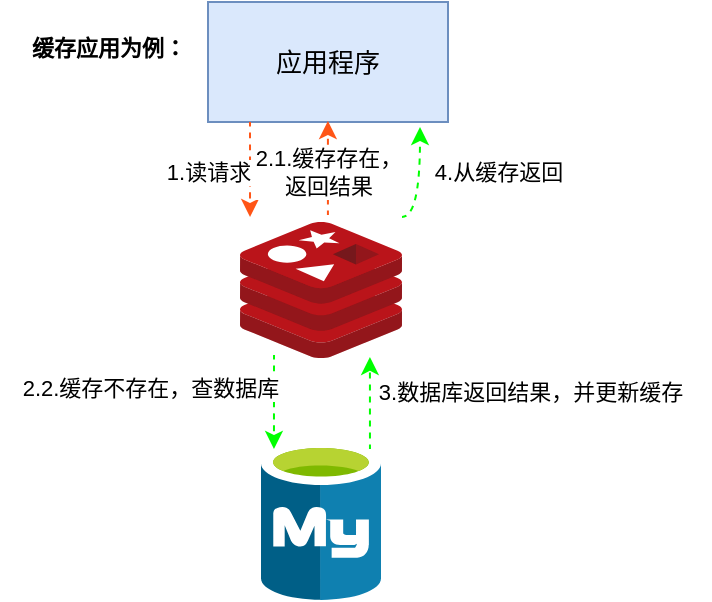
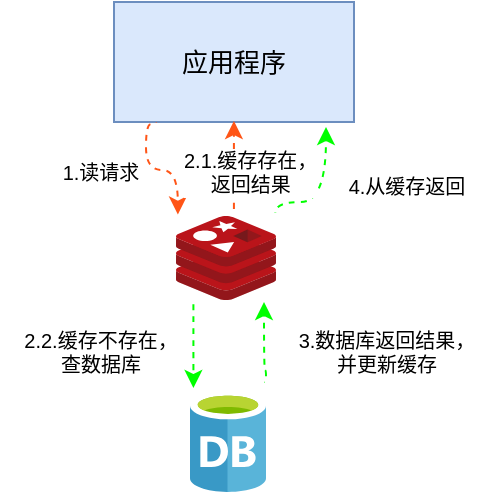
<mxfile host="app.diagrams.net" agent="Mozilla/5.0 (Macintosh; Intel Mac OS X 10_15_7) AppleWebKit/537.36 (KHTML, like Gecko) Chrome/134.0.0.0 Safari/537.36" version="26.1.1">
  <diagram name="第 1 页" id="9VJWPwz0f7SbtjrPV7s9">
-     <mxGraphModel dx="794" dy="423" grid="1" gridSize="10" guides="1" tooltips="1" connect="1" arrows="1" fold="1" page="1" pageScale="1" pageWidth="827" pageHeight="1169" math="0" shadow="0">
+     <mxGraphModel dx="567" dy="302" grid="1" gridSize="10" guides="1" tooltips="1" connect="1" arrows="1" fold="1" page="1" pageScale="1" pageWidth="827" pageHeight="1169" math="0" shadow="0">
      <root>
        <mxCell id="0" />
        <mxCell id="1" parent="0" />
        <mxCell id="7YgAe8dNIz29mKLiqWVZ-11" value="&lt;span&gt;应用程序&lt;/span&gt;" style="rounded=0;whiteSpace=wrap;html=1;fontFamily=Comic Sans MS;fontSize=13;labelBackgroundColor=none;fillColor=#dae8fc;strokeColor=#6c8ebf;fillStyle=auto;" vertex="1" parent="1">
          <mxGeometry x="294" y="720" width="120" height="60" as="geometry" />
        </mxCell>
-         <mxCell id="7YgAe8dNIz29mKLiqWVZ-12" value="" style="image;sketch=0;aspect=fixed;html=1;points=[];align=center;fontSize=12;image=img/lib/mscae/Cache_Redis_Product.svg;fontFamily=Helvetica;fontColor=default;labelBackgroundColor=default;" vertex="1" parent="1">
-           <mxGeometry x="310" y="830" width="81" height="68.04" as="geometry" />
-         </mxCell>
-         <mxCell id="7YgAe8dNIz29mKLiqWVZ-13" value="" style="image;sketch=0;aspect=fixed;html=1;points=[];align=center;fontSize=12;image=img/lib/mscae/Azure_Database_for_MySQL_servers.svg;fontFamily=Helvetica;fontColor=default;labelBackgroundColor=default;" vertex="1" parent="1">
-           <mxGeometry x="320.5" y="940" width="60" height="78.95" as="geometry" />
-         </mxCell>
-         <mxCell id="7YgAe8dNIz29mKLiqWVZ-15" style="edgeStyle=orthogonalEdgeStyle;shape=connector;curved=1;rounded=0;orthogonalLoop=1;jettySize=auto;html=1;entryX=0.173;entryY=-0.037;entryDx=0;entryDy=0;entryPerimeter=0;shadow=0;dashed=1;strokeColor=#FF5517;align=center;verticalAlign=middle;fontFamily=Helvetica;fontSize=11;fontColor=default;labelBackgroundColor=default;endArrow=classic;flowAnimation=1;" edge="1" parent="1">
+         <mxCell id="7YgAe8dNIz29mKLiqWVZ-15" style="edgeStyle=orthogonalEdgeStyle;shape=connector;curved=1;rounded=0;orthogonalLoop=1;jettySize=auto;html=1;entryX=-0.024;entryY=-0.018;entryDx=0;entryDy=0;entryPerimeter=0;shadow=0;dashed=1;strokeColor=#FF5517;align=center;verticalAlign=middle;fontFamily=Helvetica;fontSize=11;fontColor=default;labelBackgroundColor=default;endArrow=classic;flowAnimation=1;" edge="1" parent="1">
          <mxGeometry relative="1" as="geometry">
            <mxPoint x="315" y="780" as="sourcePoint" />
-             <mxPoint x="315.0129999999999" y="827.48252" as="targetPoint" />
-           </mxGeometry>
-         </mxCell>
-         <mxCell id="7YgAe8dNIz29mKLiqWVZ-16" value="缓存应用为例：" style="text;html=1;align=center;verticalAlign=middle;resizable=0;points=[];autosize=1;strokeColor=none;fillColor=none;fontFamily=Helvetica;fontSize=11;fontColor=default;labelBackgroundColor=default;fontStyle=1" vertex="1" parent="1">
-           <mxGeometry x="194" y="728" width="100" height="30" as="geometry" />
-         </mxCell>
-         <mxCell id="7YgAe8dNIz29mKLiqWVZ-18" style="edgeStyle=orthogonalEdgeStyle;shape=connector;curved=1;rounded=0;orthogonalLoop=1;jettySize=auto;html=1;entryX=0.108;entryY=0.044;entryDx=0;entryDy=0;entryPerimeter=0;shadow=0;dashed=1;strokeColor=#00FF00;align=center;verticalAlign=middle;fontFamily=Helvetica;fontSize=11;fontColor=default;labelBackgroundColor=default;endArrow=classic;flowAnimation=1;exitX=0.21;exitY=0.977;exitDx=0;exitDy=0;exitPerimeter=0;" edge="1" parent="1" source="7YgAe8dNIz29mKLiqWVZ-12" target="7YgAe8dNIz29mKLiqWVZ-13">
-           <mxGeometry relative="1" as="geometry" />
-         </mxCell>
-         <mxCell id="7YgAe8dNIz29mKLiqWVZ-19" style="edgeStyle=orthogonalEdgeStyle;shape=connector;curved=1;rounded=0;orthogonalLoop=1;jettySize=auto;html=1;entryX=0.7;entryY=1.042;entryDx=0;entryDy=0;entryPerimeter=0;shadow=0;dashed=1;strokeColor=#00FF00;align=center;verticalAlign=middle;fontFamily=Helvetica;fontSize=11;fontColor=default;labelBackgroundColor=default;endArrow=classic;flowAnimation=1;strokeWidth=1;exitX=1;exitY=-0.037;exitDx=0;exitDy=0;exitPerimeter=0;" edge="1" parent="1" source="7YgAe8dNIz29mKLiqWVZ-12">
-           <mxGeometry relative="1" as="geometry">
-             <mxPoint x="400" y="830" as="sourcePoint" />
-             <mxPoint x="400" y="782.52" as="targetPoint" />
+             <mxPoint x="325.9371199999998" y="826.28" as="targetPoint" />
            <Array as="points">
-               <mxPoint x="400" y="828" />
+               <mxPoint x="315" y="781" />
+               <mxPoint x="310" y="781" />
+               <mxPoint x="310" y="804" />
+               <mxPoint x="326" y="804" />
            </Array>
          </mxGeometry>
        </mxCell>
-         <mxCell id="7YgAe8dNIz29mKLiqWVZ-20" style="edgeStyle=orthogonalEdgeStyle;shape=connector;curved=1;rounded=0;orthogonalLoop=1;jettySize=auto;html=1;shadow=0;dashed=1;strokeColor=#00FF00;align=center;verticalAlign=middle;fontFamily=Helvetica;fontSize=11;fontColor=default;labelBackgroundColor=default;endArrow=classic;flowAnimation=1;entryX=0.802;entryY=0.992;entryDx=0;entryDy=0;entryPerimeter=0;exitX=0.908;exitY=0.044;exitDx=0;exitDy=0;exitPerimeter=0;" edge="1" parent="1" source="7YgAe8dNIz29mKLiqWVZ-13" target="7YgAe8dNIz29mKLiqWVZ-12">
+         <mxCell id="7YgAe8dNIz29mKLiqWVZ-18" style="edgeStyle=orthogonalEdgeStyle;shape=connector;curved=1;rounded=0;orthogonalLoop=1;jettySize=auto;html=1;shadow=0;dashed=1;strokeColor=#00FF00;align=center;verticalAlign=middle;fontFamily=Helvetica;fontSize=11;fontColor=default;labelBackgroundColor=default;endArrow=classic;flowAnimation=1;exitX=0.139;exitY=1.025;exitDx=0;exitDy=0;exitPerimeter=0;entryX=0.048;entryY=-0.04;entryDx=0;entryDy=0;entryPerimeter=0;" edge="1" parent="1">
          <mxGeometry relative="1" as="geometry">
-             <mxPoint x="375" y="938" as="sourcePoint" />
-             <mxPoint x="374" y="896" as="targetPoint" />
+             <mxPoint x="333.69917999999984" y="868" as="sourcePoint" />
+             <mxPoint x="333.71399999999994" y="913" as="targetPoint" />
          </mxGeometry>
        </mxCell>
-         <mxCell id="7YgAe8dNIz29mKLiqWVZ-22" value="1.读请求" style="text;html=1;align=center;verticalAlign=middle;resizable=0;points=[];autosize=1;strokeColor=none;fillColor=none;fontFamily=Helvetica;fontSize=11;fontColor=default;labelBackgroundColor=default;" vertex="1" parent="1">
-           <mxGeometry x="259" y="790" width="70" height="30" as="geometry" />
+         <mxCell id="7YgAe8dNIz29mKLiqWVZ-19" style="edgeStyle=orthogonalEdgeStyle;shape=connector;curved=1;rounded=0;orthogonalLoop=1;jettySize=auto;html=1;entryX=0.7;entryY=1.042;entryDx=0;entryDy=0;entryPerimeter=0;shadow=0;dashed=1;strokeColor=#00FF00;align=center;verticalAlign=middle;fontFamily=Helvetica;fontSize=11;fontColor=default;labelBackgroundColor=default;endArrow=classic;flowAnimation=1;strokeWidth=1;exitX=1;exitY=-0.037;exitDx=0;exitDy=0;exitPerimeter=0;" edge="1" parent="1">
+           <mxGeometry relative="1" as="geometry">
+             <mxPoint x="374.6999999999998" y="825.52" as="sourcePoint" />
+             <mxPoint x="400" y="782.52" as="targetPoint" />
+             <Array as="points">
+               <mxPoint x="375" y="820" />
+               <mxPoint x="400" y="820" />
+             </Array>
+           </mxGeometry>
        </mxCell>
-         <mxCell id="7YgAe8dNIz29mKLiqWVZ-23" value="4.从缓存返回" style="text;html=1;align=center;verticalAlign=middle;resizable=0;points=[];autosize=1;strokeColor=none;fillColor=none;fontFamily=Helvetica;fontSize=11;fontColor=default;labelBackgroundColor=default;" vertex="1" parent="1">
-           <mxGeometry x="393.5" y="790" width="90" height="30" as="geometry" />
+         <mxCell id="7YgAe8dNIz29mKLiqWVZ-20" style="edgeStyle=orthogonalEdgeStyle;shape=connector;curved=1;rounded=0;orthogonalLoop=1;jettySize=auto;html=1;shadow=0;dashed=1;strokeColor=#00FF00;align=center;verticalAlign=middle;fontFamily=Helvetica;fontSize=11;fontColor=default;labelBackgroundColor=default;endArrow=classic;flowAnimation=1;" edge="1" parent="1">
+           <mxGeometry relative="1" as="geometry">
+             <mxPoint x="369" y="910" as="sourcePoint" />
+             <mxPoint x="369" y="870" as="targetPoint" />
+             <Array as="points">
+               <mxPoint x="370" y="904" />
+               <mxPoint x="369" y="904" />
+             </Array>
+           </mxGeometry>
        </mxCell>
-         <mxCell id="7YgAe8dNIz29mKLiqWVZ-24" value="2.2.缓存不存在，查数据库" style="text;html=1;align=center;verticalAlign=middle;resizable=0;points=[];autosize=1;strokeColor=none;fillColor=none;fontFamily=Helvetica;fontSize=11;fontColor=default;labelBackgroundColor=default;" vertex="1" parent="1">
-           <mxGeometry x="190" y="898.04" width="150" height="30" as="geometry" />
+         <mxCell id="7YgAe8dNIz29mKLiqWVZ-22" value="1.读请求" style="text;html=1;align=center;verticalAlign=middle;resizable=0;points=[];autosize=1;strokeColor=none;fillColor=none;fontFamily=Helvetica;fontSize=10;fontColor=default;labelBackgroundColor=default;" vertex="1" parent="1">
+           <mxGeometry x="257" y="790" width="60" height="30" as="geometry" />
        </mxCell>
-         <mxCell id="7YgAe8dNIz29mKLiqWVZ-26" value="3.数据库返回结果，并更新缓存" style="text;html=1;align=center;verticalAlign=middle;resizable=0;points=[];autosize=1;strokeColor=none;fillColor=none;fontFamily=Helvetica;fontSize=11;fontColor=default;labelBackgroundColor=default;" vertex="1" parent="1">
-           <mxGeometry x="365" y="900" width="180" height="30" as="geometry" />
+         <mxCell id="7YgAe8dNIz29mKLiqWVZ-23" value="4.从缓存返回" style="text;html=1;align=center;verticalAlign=middle;resizable=0;points=[];autosize=1;strokeColor=none;fillColor=none;fontFamily=Helvetica;fontSize=10;fontColor=default;labelBackgroundColor=default;" vertex="1" parent="1">
+           <mxGeometry x="400" y="797" width="80" height="30" as="geometry" />
+         </mxCell>
+         <mxCell id="7YgAe8dNIz29mKLiqWVZ-24" value="2.2.缓存不存在，&lt;div&gt;查数据库&lt;/div&gt;" style="text;html=1;align=center;verticalAlign=middle;resizable=0;points=[];autosize=1;strokeColor=none;fillColor=none;fontFamily=Helvetica;fontSize=10;fontColor=default;labelBackgroundColor=default;" vertex="1" parent="1">
+           <mxGeometry x="237" y="875" width="100" height="40" as="geometry" />
+         </mxCell>
+         <mxCell id="7YgAe8dNIz29mKLiqWVZ-26" value="3.数据库返回结果，&lt;div&gt;并更新缓存&lt;/div&gt;" style="text;html=1;align=center;verticalAlign=middle;resizable=0;points=[];autosize=1;strokeColor=none;fillColor=none;fontFamily=Helvetica;fontSize=10;fontColor=default;labelBackgroundColor=default;" vertex="1" parent="1">
+           <mxGeometry x="374.7" y="875" width="110" height="40" as="geometry" />
        </mxCell>
        <mxCell id="7YgAe8dNIz29mKLiqWVZ-31" style="edgeStyle=orthogonalEdgeStyle;shape=connector;curved=1;rounded=0;orthogonalLoop=1;jettySize=auto;html=1;entryX=0.408;entryY=0.992;entryDx=0;entryDy=0;entryPerimeter=0;shadow=0;dashed=1;strokeColor=#FF5517;align=center;verticalAlign=middle;fontFamily=Helvetica;fontSize=11;fontColor=default;labelBackgroundColor=default;endArrow=classic;flowAnimation=1;exitX=0.407;exitY=-0.051;exitDx=0;exitDy=0;exitPerimeter=0;" edge="1" parent="1">
          <mxGeometry relative="1" as="geometry">
            <mxPoint x="353.9670000000001" y="826.5299600000001" as="sourcePoint" />
            <mxPoint x="353.96000000000004" y="779.52" as="targetPoint" />
          </mxGeometry>
        </mxCell>
-         <mxCell id="7YgAe8dNIz29mKLiqWVZ-32" value="2.1.缓存存在，&lt;div&gt;返回结果&lt;/div&gt;" style="edgeLabel;html=1;align=center;verticalAlign=middle;resizable=0;points=[];fontFamily=Helvetica;fontSize=11;fontColor=default;labelBackgroundColor=default;" vertex="1" connectable="0" parent="7YgAe8dNIz29mKLiqWVZ-31">
-           <mxGeometry x="0.0649" y="-3" relative="1" as="geometry">
-             <mxPoint x="-3" y="3" as="offset" />
-           </mxGeometry>
+         <mxCell id="7YgAe8dNIz29mKLiqWVZ-37" value="&lt;span style=&quot;color: rgb(0, 0, 0); font-family: Helvetica; font-style: normal; font-variant-ligatures: normal; font-variant-caps: normal; font-weight: 400; letter-spacing: normal; orphans: 2; text-align: center; text-indent: 0px; text-transform: none; widows: 2; word-spacing: 0px; -webkit-text-stroke-width: 0px; white-space: nowrap; background-color: rgb(255, 255, 255); text-decoration-thickness: initial; text-decoration-style: initial; text-decoration-color: initial; float: none; display: inline !important;&quot;&gt;2.1.缓存存在，&lt;/span&gt;&lt;div style=&quot;forced-color-adjust: none; color: rgb(0, 0, 0); font-family: Helvetica; font-style: normal; font-variant-ligatures: normal; font-variant-caps: normal; font-weight: 400; letter-spacing: normal; orphans: 2; text-align: center; text-indent: 0px; text-transform: none; widows: 2; word-spacing: 0px; -webkit-text-stroke-width: 0px; white-space: nowrap; text-decoration-thickness: initial; text-decoration-style: initial; text-decoration-color: initial;&quot;&gt;返回结果&lt;/div&gt;" style="text;whiteSpace=wrap;html=1;fontFamily=Helvetica;fontSize=10;fontColor=default;labelBackgroundColor=default;" vertex="1" parent="1">
+           <mxGeometry x="327.08" y="787" width="72.92" height="33" as="geometry" />
+         </mxCell>
+         <mxCell id="7YgAe8dNIz29mKLiqWVZ-39" value="" style="image;sketch=0;aspect=fixed;html=1;points=[];align=center;fontSize=12;image=img/lib/mscae/Database_General.svg;fontFamily=Helvetica;fontColor=default;labelBackgroundColor=default;" vertex="1" parent="1">
+           <mxGeometry x="332" y="915" width="38" height="50" as="geometry" />
+         </mxCell>
+         <mxCell id="7YgAe8dNIz29mKLiqWVZ-40" value="" style="image;sketch=0;aspect=fixed;html=1;points=[];align=center;fontSize=12;image=img/lib/mscae/Cache_Redis_Product.svg;fontFamily=Helvetica;fontColor=default;labelBackgroundColor=default;" vertex="1" parent="1">
+           <mxGeometry x="325" y="827" width="50" height="42" as="geometry" />
        </mxCell>
      </root>
    </mxGraphModel>
  </diagram>
</mxfile>
